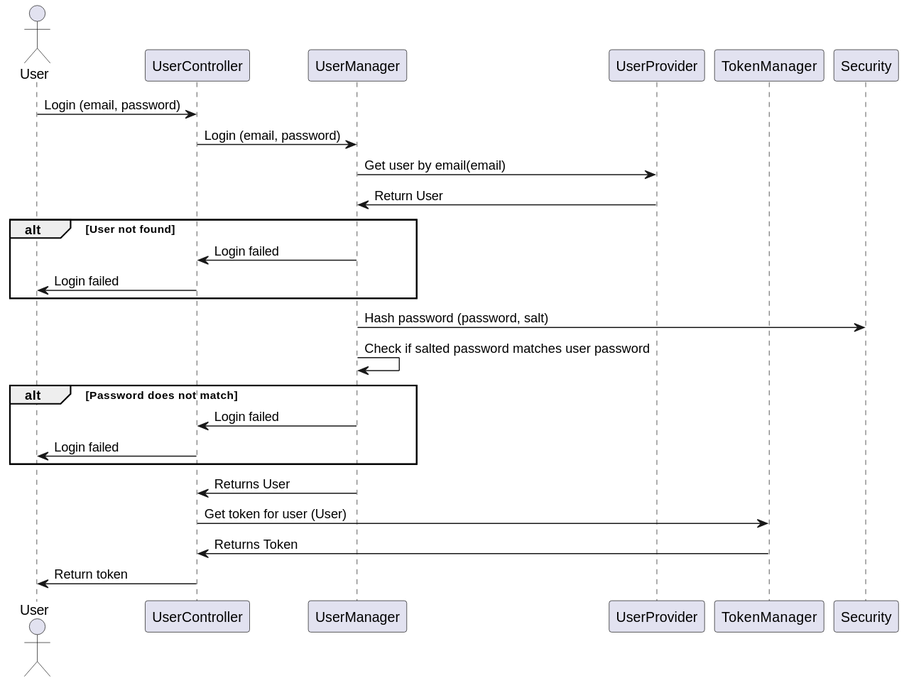
This is Docs/out/SDDiagrams/LoginSD/Login SD.svg from blackout1471/trust-us-school, a PlantUML export, as it was before one commit.
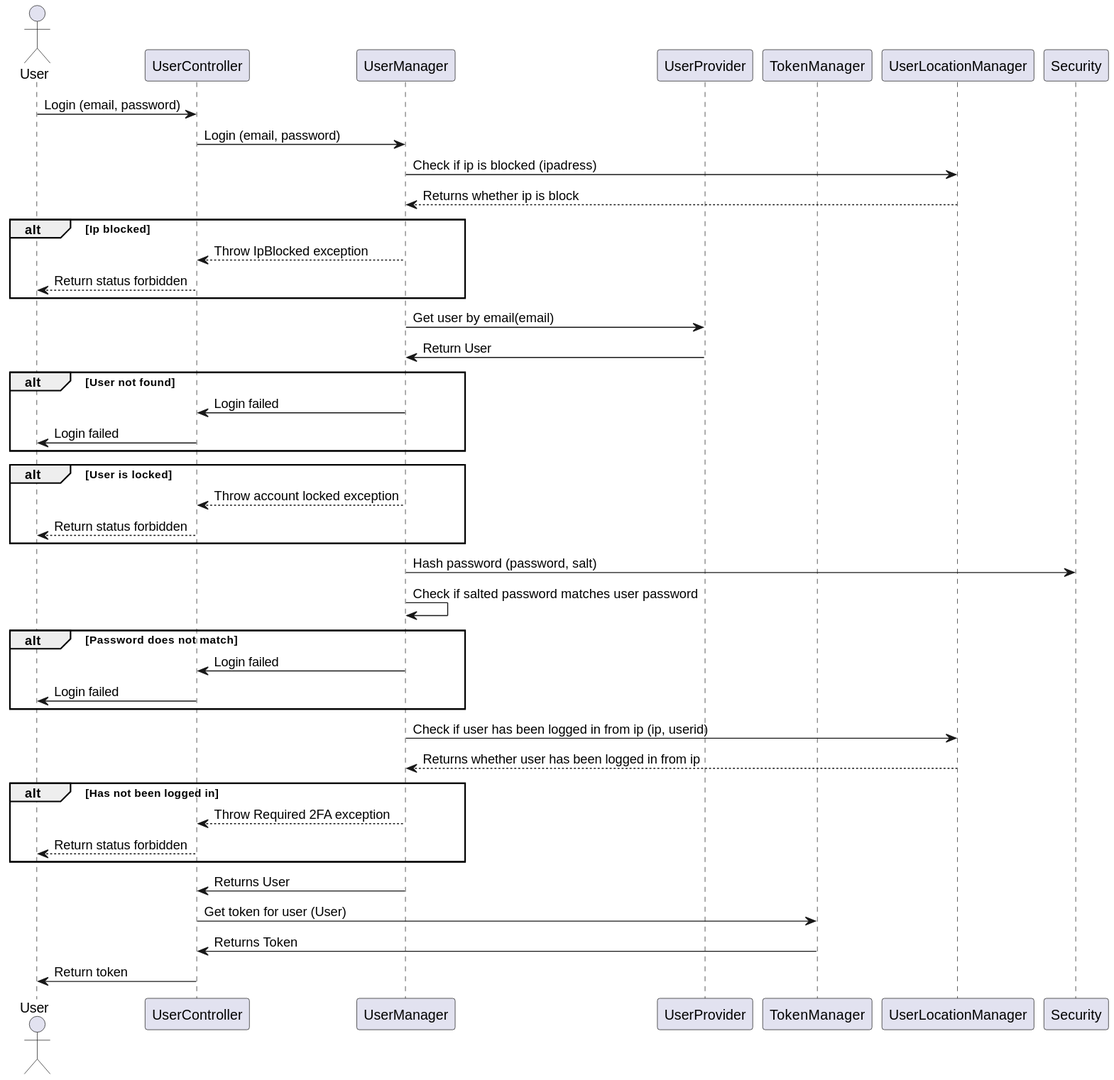
After the change.

What changed in the source:
```diff
@@ -5,17 +5,34 @@
 participant UserManager
 participant UserProvider
 participant TokenManager
+participant UserLocationManager
 participant Security
 
 User->UserController: Login (email, password)
 UserController->UserManager: Login (email, password)
+UserManager->UserLocationManager: Check if ip is blocked (ipadress)
+UserLocationManager-->UserManager: Returns whether ip is block
+
+alt Ip blocked
+UserManager-->UserController: Throw IpBlocked exception
+UserController-->User: Return status forbidden
+end
+
 UserManager->UserProvider: Get user by email(email)
 UserProvider->UserManager: Return User
+
 
 alt User not found
 
 UserManager->UserController: Login failed
 UserController->User: Login failed
+
+end
+
+alt User is locked
+
+UserManager-->UserController: Throw account locked exception
+UserController-->User: Return status forbidden
 
 end
 
@@ -29,6 +46,17 @@
 
 end
 
+
+UserManager->UserLocationManager: Check if user has been logged in from ip (ip, userid)
+UserLocationManager-->UserManager: Returns whether user has been logged in from ip
+
+alt Has not been logged in
+
+UserManager-->UserController: Throw Required 2FA exception
+UserController-->User: Return status forbidden
+
+end
+
 UserManager->UserController: Returns User
 UserController->TokenManager: Get token for user (User)
 TokenManager->UserController: Returns Token
```
